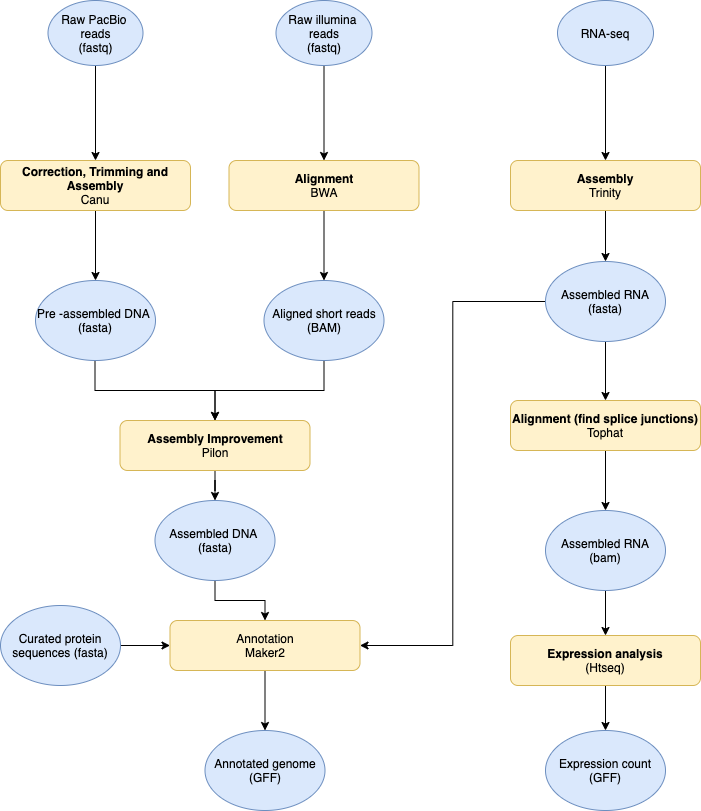
erik-burger/erik_burger_genome_analysis keeps this draw.io diagram as images/Project_plan.png. Above is the earlier version. Source tidied: cells renumbered, new cells last; positions are measured from the earlier drawing's top-left corner, leaving out a move shared by most shapes.
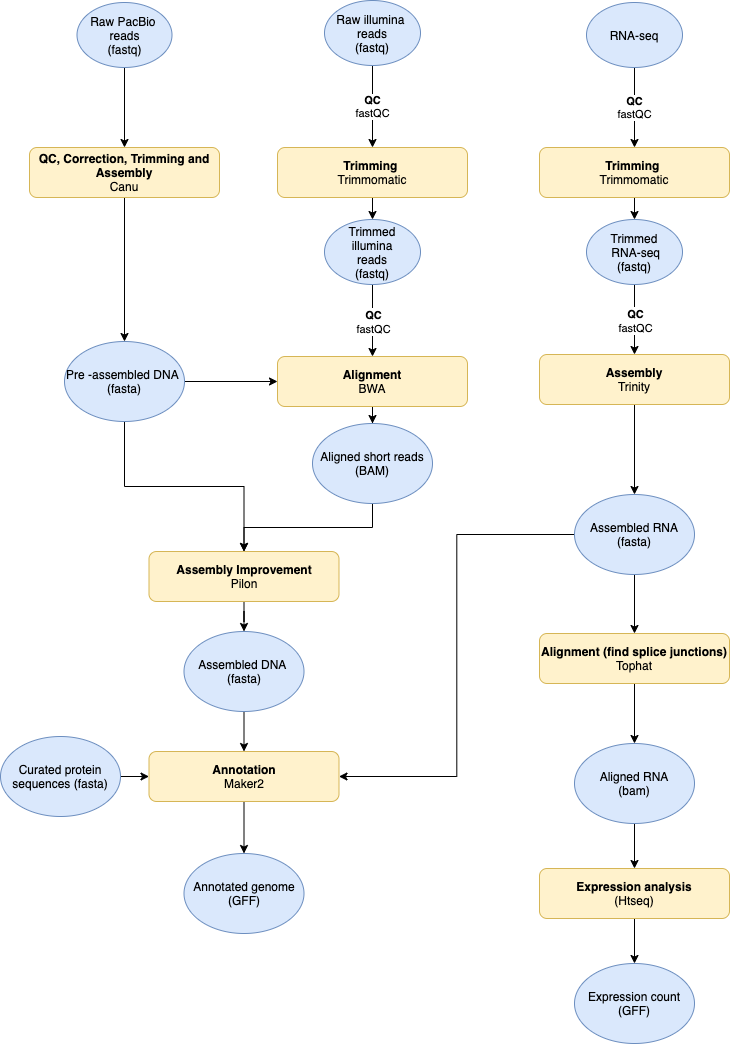
The same file after the commit.

Change to the diagram source:
```diff
@@ -8,54 +8,51 @@
     <mxCell id="3" value="Raw PacBio&amp;nbsp;&lt;br&gt;reads&lt;br&gt;(fastq)" style="ellipse;whiteSpace=wrap;html=1;fillColor=#dae8fc;strokeColor=#6c8ebf;" parent="1" vertex="1">
       <mxGeometry x="47.5" width="95" height="65" as="geometry" />
     </mxCell>
-    <mxCell id="4" style="edgeStyle=orthogonalEdgeStyle;rounded=0;jettySize=auto;html=1;exitX=0.5;exitY=1;exitDx=0;exitDy=0;" parent="1" edge="1" source="5" target="7">
-      <mxGeometry relative="1" as="geometry" />
-    </mxCell>
+    <mxCell id="39" value="&lt;b&gt;QC&lt;/b&gt;&lt;br&gt;fastQC" style="edgeStyle=orthogonalEdgeStyle;rounded=0;jettySize=auto;html=1;fontFamily=Helvetica;" parent="1" edge="1" source="5" target="44">
+      <mxGeometry relative="1" as="geometry" />
+    </mxCell>
     <mxCell id="5" value="&lt;span style=&quot;white-space: nowrap&quot;&gt;Raw illumina&amp;nbsp;&lt;/span&gt;&lt;br style=&quot;white-space: nowrap&quot;&gt;reads&lt;br&gt;(fastq)" style="ellipse;whiteSpace=wrap;html=1;fillColor=#dae8fc;strokeColor=#6c8ebf;" parent="1" vertex="1">
-      <mxGeometry x="275.5" width="96" height="65" as="geometry" />
+      <mxGeometry x="295" y="-2" width="96" height="65" as="geometry" />
     </mxCell>
     <mxCell id="6" style="edgeStyle=orthogonalEdgeStyle;rounded=0;jettySize=auto;html=1;" parent="1" edge="1" source="7" target="29">
       <mxGeometry relative="1" as="geometry" />
     </mxCell>
     <mxCell id="7" value="&lt;b&gt;Alignment&lt;/b&gt;&lt;br&gt;BWA" style="rounded=1;whiteSpace=wrap;html=1;fillColor=#fff2cc;strokeColor=#d6b656;" parent="1" vertex="1">
-      <mxGeometry x="228.5" y="160" width="190" height="50" as="geometry" />
+      <mxGeometry x="248" y="354" width="190" height="50" as="geometry" />
     </mxCell>
     <mxCell id="8" style="edgeStyle=orthogonalEdgeStyle;rounded=0;jettySize=auto;html=1;entryX=0.5;entryY=0;entryDx=0;entryDy=0;" parent="1" edge="1" source="9" target="11">
       <mxGeometry relative="1" as="geometry" />
     </mxCell>
-    <mxCell id="9" value="&lt;b&gt;Correction, Trimming and Assembly&lt;/b&gt;&lt;br&gt;Canu" style="rounded=1;whiteSpace=wrap;html=1;fillColor=#fff2cc;strokeColor=#d6b656;" parent="1" vertex="1">
-      <mxGeometry y="160" width="190" height="50" as="geometry" />
+    <mxCell id="9" value="&lt;b&gt;QC, Correction, Trimming and Assembly&lt;/b&gt;&lt;br&gt;Canu" style="rounded=1;whiteSpace=wrap;html=1;fillColor=#fff2cc;strokeColor=#d6b656;" parent="1" vertex="1">
+      <mxGeometry y="145" width="190" height="50" as="geometry" />
     </mxCell>
-    <mxCell id="10" style="edgeStyle=orthogonalEdgeStyle;rounded=0;jettySize=auto;html=1;exitX=0.5;exitY=1;exitDx=0;exitDy=0;" parent="1" edge="1" target="13">
-      <mxGeometry relative="1" as="geometry">
-        <mxPoint x="94.5" y="360" as="sourcePoint" />
-        <Array as="points">
-          <mxPoint x="94.5" y="390" />
-          <mxPoint x="214.5" y="390" />
-        </Array>
-      </mxGeometry>
-    </mxCell>
+    <mxCell id="40" style="edgeStyle=orthogonalEdgeStyle;rounded=0;jettySize=auto;html=1;entryX=0;entryY=0.5;entryDx=0;entryDy=0;" parent="1" edge="1" source="11" target="7">
+      <mxGeometry relative="1" as="geometry" />
+    </mxCell>
+    <mxCell id="41" style="edgeStyle=orthogonalEdgeStyle;rounded=0;jettySize=auto;html=1;" parent="1" edge="1" source="11" target="13">
+      <mxGeometry relative="1" as="geometry" />
+    </mxCell>
     <mxCell id="11" value="Pre -assembled DNA&amp;nbsp;&lt;br&gt;(fasta)" style="ellipse;whiteSpace=wrap;html=1;fillColor=#dae8fc;strokeColor=#6c8ebf;" parent="1" vertex="1">
-      <mxGeometry x="35" y="280" width="120" height="80" as="geometry" />
+      <mxGeometry x="35" y="339" width="120" height="80" as="geometry" />
     </mxCell>
     <mxCell id="12" style="edgeStyle=orthogonalEdgeStyle;rounded=0;jettySize=auto;html=1;" parent="1" edge="1" source="13" target="16">
       <mxGeometry relative="1" as="geometry" />
     </mxCell>
     <mxCell id="13" value="&lt;b&gt;Assembly Improvement&lt;br&gt;&lt;/b&gt;Pilon" style="rounded=1;whiteSpace=wrap;html=1;fillColor=#fff2cc;strokeColor=#d6b656;" parent="1" vertex="1">
-      <mxGeometry x="119.5" y="420" width="190" height="50" as="geometry" />
+      <mxGeometry x="119.5" y="549" width="190" height="50" as="geometry" />
     </mxCell>
     <mxCell id="14" value="&lt;span style=&quot;color: rgba(0 , 0 , 0 , 0) ; font-family: monospace ; font-size: 0px&quot;&gt;%3CmxGraphModel%3E%3Croot%3E%3CmxCell%20id%3D%220%22%2F%3E%3CmxCell%20id%3D%221%22%20parent%3D%220%22%2F%3E%3CmxCell%20id%3D%222%22%20value%3D%22QC%20and%20assembled%20DNA%26amp%3Bnbsp%3B%26lt%3Bbr%26gt%3B(fasta%20or%20.gfa)%22%20style%3D%22ellipse%3BwhiteSpace%3Dwrap%3Bhtml%3D1%3B%22%20vertex%3D%221%22%20parent%3D%221%22%3E%3CmxGeometry%20x%3D%22125%22%20y%3D%22350%22%20width%3D%22120%22%20height%3D%2280%22%20as%3D%22geometry%22%2F%3E%3C%2FmxCell%3E%3C%2Froot%3E%3C%2FmxGraphModel%3E&lt;/span&gt;" style="text;html=1;align=center;verticalAlign=middle;" parent="1" vertex="1">
-      <mxGeometry x="359.5" y="321" width="20" height="20" as="geometry" />
+      <mxGeometry x="379" y="462" width="20" height="20" as="geometry" />
     </mxCell>
     <mxCell id="15" style="edgeStyle=orthogonalEdgeStyle;rounded=0;jettySize=auto;html=1;entryX=0.5;entryY=0;entryDx=0;entryDy=0;" parent="1" edge="1" source="16" target="25">
       <mxGeometry relative="1" as="geometry" />
     </mxCell>
     <mxCell id="16" value="Assembled DNA&amp;nbsp;&lt;br&gt;(fasta)" style="ellipse;whiteSpace=wrap;html=1;fillColor=#dae8fc;strokeColor=#6c8ebf;" parent="1" vertex="1">
-      <mxGeometry x="154.5" y="500" width="120" height="80" as="geometry" />
+      <mxGeometry x="154.5" y="629" width="120" height="80" as="geometry" />
     </mxCell>
-    <mxCell id="17" style="edgeStyle=orthogonalEdgeStyle;rounded=0;jettySize=auto;html=1;entryX=0.5;entryY=0;entryDx=0;entryDy=0;" parent="1" edge="1" source="18" target="31">
-      <mxGeometry relative="1" as="geometry" />
-    </mxCell>
+    <mxCell id="42" value="&lt;b&gt;QC&lt;/b&gt;&lt;br&gt;fastQC" style="edgeStyle=orthogonalEdgeStyle;rounded=0;jettySize=auto;html=1;entryX=0.5;entryY=0;entryDx=0;entryDy=0;" parent="1" edge="1" source="18" target="46">
+      <mxGeometry relative="1" as="geometry" />
+    </mxCell>
     <mxCell id="18" value="RNA-seq" style="ellipse;whiteSpace=wrap;html=1;fillColor=#dae8fc;strokeColor=#6c8ebf;" parent="1" vertex="1">
       <mxGeometry x="557" width="96" height="65" as="geometry" />
     </mxCell>
@@ -63,40 +60,40 @@
       <mxGeometry relative="1" as="geometry" />
     </mxCell>
     <mxCell id="20" value="&lt;b&gt;Alignment (find splice junctions)&lt;/b&gt;&lt;br&gt;Tophat" style="rounded=1;whiteSpace=wrap;html=1;fillColor=#fff2cc;strokeColor=#d6b656;" parent="1" vertex="1">
-      <mxGeometry x="510" y="400" width="190" height="50" as="geometry" />
+      <mxGeometry x="510" y="631" width="190" height="50" as="geometry" />
     </mxCell>
     <mxCell id="21" value="&lt;span style=&quot;color: rgba(0 , 0 , 0 , 0) ; font-family: monospace ; font-size: 0px&quot;&gt;%3CmxGraphModel%3E%3Croot%3E%3CmxCell%20id%3D%220%22%2F%3E%3CmxCell%20id%3D%221%22%20parent%3D%220%22%2F%3E%3CmxCell%20id%3D%222%22%20value%3D%22QC%20and%20assembled%20DNA%26amp%3Bnbsp%3B%26lt%3Bbr%26gt%3B(fasta%20or%20.gfa)%22%20style%3D%22ellipse%3BwhiteSpace%3Dwrap%3Bhtml%3D1%3B%22%20vertex%3D%221%22%20parent%3D%221%22%3E%3CmxGeometry%20x%3D%22125%22%20y%3D%22350%22%20width%3D%22120%22%20height%3D%2280%22%20as%3D%22geometry%22%2F%3E%3C%2FmxCell%3E%3C%2Froot%3E%3C%2FmxGraphModel%3E&lt;/span&gt;" style="text;html=1;align=center;verticalAlign=middle;" parent="1" vertex="1">
-      <mxGeometry x="641" y="321" width="20" height="20" as="geometry" />
+      <mxGeometry x="641" y="552" width="20" height="20" as="geometry" />
     </mxCell>
     <mxCell id="22" style="edgeStyle=orthogonalEdgeStyle;rounded=0;jettySize=auto;html=1;entryX=0.5;entryY=0;entryDx=0;entryDy=0;" parent="1" edge="1" source="23" target="37">
       <mxGeometry relative="1" as="geometry" />
     </mxCell>
-    <mxCell id="23" value="Assembled RNA&lt;br&gt;(bam)" style="ellipse;whiteSpace=wrap;html=1;fillColor=#dae8fc;strokeColor=#6c8ebf;" parent="1" vertex="1">
-      <mxGeometry x="545" y="510" width="120" height="80" as="geometry" />
+    <mxCell id="23" value="Aligned RNA&lt;br&gt;(bam)" style="ellipse;whiteSpace=wrap;html=1;fillColor=#dae8fc;strokeColor=#6c8ebf;" parent="1" vertex="1">
+      <mxGeometry x="545" y="741" width="120" height="80" as="geometry" />
     </mxCell>
     <mxCell id="24" style="edgeStyle=orthogonalEdgeStyle;rounded=0;jettySize=auto;html=1;" parent="1" edge="1" source="25" target="35">
       <mxGeometry relative="1" as="geometry" />
     </mxCell>
-    <mxCell id="25" value="Annotation&lt;br&gt;Maker2" style="rounded=1;whiteSpace=wrap;html=1;fillColor=#fff2cc;strokeColor=#d6b656;" parent="1" vertex="1">
-      <mxGeometry x="169.5" y="620" width="190" height="50" as="geometry" />
+    <mxCell id="25" value="&lt;b&gt;Annotation&lt;/b&gt;&lt;br&gt;Maker2" style="rounded=1;whiteSpace=wrap;html=1;fillColor=#fff2cc;strokeColor=#d6b656;" parent="1" vertex="1">
+      <mxGeometry x="119.5" y="749" width="190" height="50" as="geometry" />
     </mxCell>
     <mxCell id="26" style="edgeStyle=orthogonalEdgeStyle;rounded=0;jettySize=auto;html=1;" parent="1" edge="1" source="27" target="25">
       <mxGeometry relative="1" as="geometry" />
     </mxCell>
     <mxCell id="27" value="Curated protein sequences (fasta)" style="ellipse;whiteSpace=wrap;html=1;fillColor=#dae8fc;strokeColor=#6c8ebf;" parent="1" vertex="1">
-      <mxGeometry y="605" width="120" height="80" as="geometry" />
+      <mxGeometry x="-29" y="734" width="120" height="80" as="geometry" />
     </mxCell>
     <mxCell id="28" style="edgeStyle=orthogonalEdgeStyle;rounded=0;jettySize=auto;html=1;entryX=0.5;entryY=0;entryDx=0;entryDy=0;" parent="1" edge="1" source="29" target="13">
       <mxGeometry relative="1" as="geometry" />
     </mxCell>
     <mxCell id="29" value="Aligned short reads (BAM)" style="ellipse;whiteSpace=wrap;html=1;fillColor=#dae8fc;strokeColor=#6c8ebf;" parent="1" vertex="1">
-      <mxGeometry x="263.5" y="280" width="120" height="80" as="geometry" />
+      <mxGeometry x="283" y="421" width="120" height="80" as="geometry" />
     </mxCell>
     <mxCell id="30" style="edgeStyle=orthogonalEdgeStyle;rounded=0;jettySize=auto;html=1;entryX=0.5;entryY=0;entryDx=0;entryDy=0;" parent="1" edge="1" source="31" target="34">
       <mxGeometry relative="1" as="geometry" />
     </mxCell>
     <mxCell id="31" value="&lt;b&gt;Assembly&lt;/b&gt;&lt;br&gt;Trinity" style="rounded=1;whiteSpace=wrap;html=1;fillColor=#fff2cc;strokeColor=#d6b656;" parent="1" vertex="1">
-      <mxGeometry x="510" y="160" width="190" height="50" as="geometry" />
+      <mxGeometry x="510" y="352" width="190" height="50" as="geometry" />
     </mxCell>
     <mxCell id="32" style="edgeStyle=orthogonalEdgeStyle;rounded=0;jettySize=auto;html=1;entryX=0.5;entryY=0;entryDx=0;entryDy=0;" parent="1" edge="1" source="34" target="20">
       <mxGeometry relative="1" as="geometry" />
@@ -105,19 +102,53 @@
       <mxGeometry relative="1" as="geometry" />
     </mxCell>
     <mxCell id="34" value="Assembled RNA&lt;br&gt;(fasta)" style="ellipse;whiteSpace=wrap;html=1;fillColor=#dae8fc;strokeColor=#6c8ebf;" parent="1" vertex="1">
-      <mxGeometry x="545" y="261" width="120" height="80" as="geometry" />
+      <mxGeometry x="545" y="492" width="120" height="80" as="geometry" />
     </mxCell>
     <mxCell id="35" value="Annotated genome&lt;br&gt;(GFF)" style="ellipse;whiteSpace=wrap;html=1;fillColor=#dae8fc;strokeColor=#6c8ebf;" parent="1" vertex="1">
-      <mxGeometry x="204.5" y="730" width="120" height="80" as="geometry" />
+      <mxGeometry x="154.5" y="851" width="120" height="80" as="geometry" />
     </mxCell>
     <mxCell id="36" style="edgeStyle=orthogonalEdgeStyle;rounded=0;jettySize=auto;html=1;entryX=0.5;entryY=0;entryDx=0;entryDy=0;" parent="1" edge="1" source="37" target="38">
       <mxGeometry relative="1" as="geometry" />
     </mxCell>
     <mxCell id="37" value="&lt;b&gt;Expression analysis&lt;/b&gt;&lt;br&gt;(Htseq)" style="rounded=1;whiteSpace=wrap;html=1;fillColor=#fff2cc;strokeColor=#d6b656;" parent="1" vertex="1">
-      <mxGeometry x="510" y="635" width="190" height="50" as="geometry" />
+      <mxGeometry x="510" y="866" width="190" height="50" as="geometry" />
     </mxCell>
     <mxCell id="38" value="Expression count&lt;br&gt;(GFF)" style="ellipse;whiteSpace=wrap;html=1;fillColor=#dae8fc;strokeColor=#6c8ebf;" parent="1" vertex="1">
-      <mxGeometry x="545" y="730" width="120" height="80" as="geometry" />
+      <mxGeometry x="545" y="961" width="120" height="80" as="geometry" />
     </mxCell>
+    <mxCell id="43" style="edgeStyle=orthogonalEdgeStyle;rounded=0;jettySize=auto;html=1;entryX=0.5;entryY=0;entryDx=0;entryDy=0;" parent="1" edge="1" source="44" target="49">
+      <mxGeometry relative="1" as="geometry" />
+    </mxCell>
+    <mxCell id="44" value="&lt;b&gt;Trimming&lt;/b&gt;&amp;nbsp;&lt;br&gt;Trimmomatic" style="rounded=1;whiteSpace=wrap;html=1;fillColor=#fff2cc;strokeColor=#d6b656;" parent="1" vertex="1">
+      <mxGeometry x="248" y="145" width="190" height="50" as="geometry" />
+    </mxCell>
+    <mxCell id="45" value="&lt;b&gt;&lt;br&gt;&lt;/b&gt;" style="edgeStyle=orthogonalEdgeStyle;rounded=0;jettySize=auto;html=1;exitX=0.5;exitY=1;exitDx=0;exitDy=0;entryX=0.5;entryY=0;entryDx=0;entryDy=0;" parent="1" edge="1" source="46" target="52">
+      <mxGeometry relative="1" as="geometry" />
+    </mxCell>
+    <mxCell id="46" value="&lt;b&gt;Trimming&lt;/b&gt;&amp;nbsp;&lt;br&gt;Trimmomatic" style="rounded=1;whiteSpace=wrap;html=1;fillColor=#fff2cc;strokeColor=#d6b656;" parent="1" vertex="1">
+      <mxGeometry x="510" y="145" width="190" height="50" as="geometry" />
+    </mxCell>
+    <mxCell id="47" style="edgeStyle=orthogonalEdgeStyle;rounded=0;jettySize=auto;html=1;entryX=0.5;entryY=0;entryDx=0;entryDy=0;" parent="1" edge="1" source="49" target="7">
+      <mxGeometry relative="1" as="geometry" />
+    </mxCell>
+    <mxCell id="48" value="&lt;b style=&quot;font-size: 11px&quot;&gt;QC&lt;/b&gt;&lt;br style=&quot;font-size: 11px&quot;&gt;&lt;span style=&quot;font-size: 11px&quot;&gt;fastQC&lt;/span&gt;" style="text;html=1;align=center;verticalAlign=middle;labelBackgroundColor=#ffffff;fontFamily=Helvetica;" parent="47" vertex="1">
+      <mxGeometry x="-0.3" relative="1" as="geometry">
+        <mxPoint y="11" as="offset" />
+      </mxGeometry>
+    </mxCell>
+    <mxCell id="49" value="&lt;span style=&quot;white-space: nowrap&quot;&gt;Trimmed&lt;br&gt;&amp;nbsp;illumina&amp;nbsp;&lt;/span&gt;&lt;br style=&quot;white-space: nowrap&quot;&gt;reads&lt;br&gt;(fastq)" style="ellipse;whiteSpace=wrap;html=1;fillColor=#dae8fc;strokeColor=#6c8ebf;" parent="1" vertex="1">
+      <mxGeometry x="295" y="217" width="96" height="65" as="geometry" />
+    </mxCell>
+    <mxCell id="50" style="edgeStyle=orthogonalEdgeStyle;rounded=0;jettySize=auto;html=1;exitX=0.5;exitY=1;exitDx=0;exitDy=0;entryX=0.5;entryY=0;entryDx=0;entryDy=0;" parent="1" edge="1" source="52" target="31">
+      <mxGeometry relative="1" as="geometry" />
+    </mxCell>
+    <mxCell id="51" value="&lt;b style=&quot;font-size: 11px&quot;&gt;QC&lt;/b&gt;&lt;br style=&quot;font-size: 11px&quot;&gt;&lt;span style=&quot;font-size: 11px&quot;&gt;fastQC&lt;/span&gt;" style="text;html=1;align=center;verticalAlign=middle;labelBackgroundColor=#ffffff;fontFamily=Helvetica;" parent="50" vertex="1">
+      <mxGeometry x="-0.38" y="1" relative="1" as="geometry">
+        <mxPoint x="-1" y="13" as="offset" />
+      </mxGeometry>
+    </mxCell>
+    <mxCell id="52" value="&lt;span style=&quot;white-space: nowrap&quot;&gt;Trimmed&lt;br&gt;&amp;nbsp;RNA-seq&lt;/span&gt;&lt;br&gt;(fastq)" style="ellipse;whiteSpace=wrap;html=1;fillColor=#dae8fc;strokeColor=#6c8ebf;" parent="1" vertex="1">
+      <mxGeometry x="557" y="217" width="96" height="65" as="geometry" />
+    </mxCell>
   </root>
 </mxGraphModel>
```
